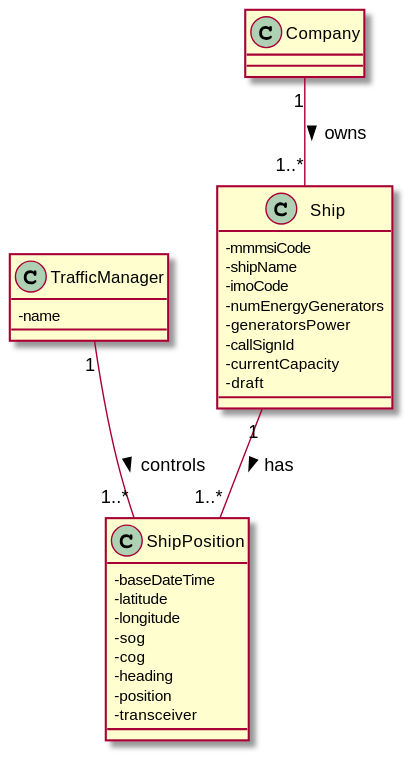
The PlantUML diagram docs/US103/US103_DM.svg in ana-albergaria/LAPR3-ISEP, before a commit.
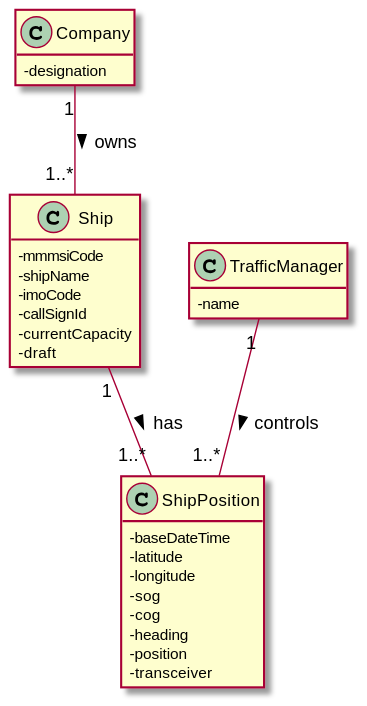
After the commit.

Diff of the diagram source:
```diff
@@ -1,6 +1,13 @@
 @startuml
 
 skinparam classAttributeIconSize 0
+hide empty methods
+hide empty attributes
+
+
+class Company {
+    -designation
+}
 
 class TrafficManager{
     -name
@@ -10,12 +17,11 @@
     -mmmsiCode
     -shipName
     -imoCode
-    -numEnergyGenerators
-    -generatorsPower
     -callSignId
     -currentCapacity /'added by us'/
     -draft
 }
+
 
 class ShipPosition {
     -baseDateTime
@@ -30,6 +36,7 @@
 
 
 
+
 Ship "1" -- "1..*" ShipPosition : has >
 TrafficManager "1" -- "1..*" ShipPosition : controls >
 Company "1" -- "1..*" Ship : owns >
@@ -37,4 +44,5 @@
 
 
 
+
 @enduml
```
